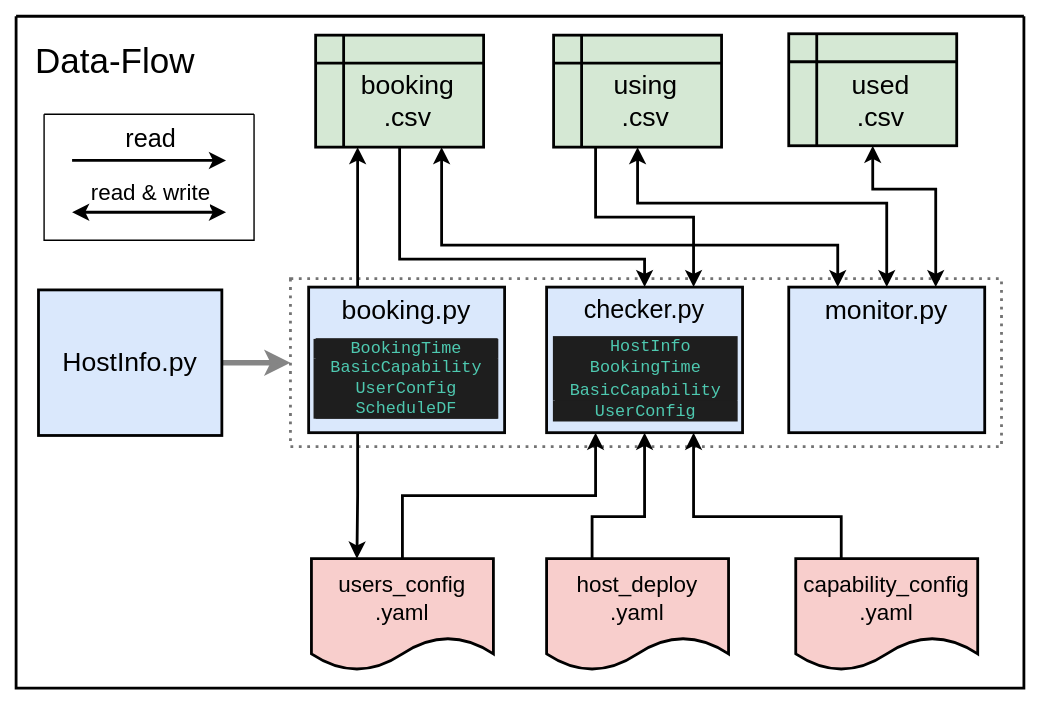
Above: docs/Data-Flow.drawio.svg in tw-yshuang/AIVC-Server-Booking (draw.io), before the change. Source tidied: cells renumbered, new cells last; positions are measured from the earlier drawing's top-left corner, leaving out a move shared by most shapes.
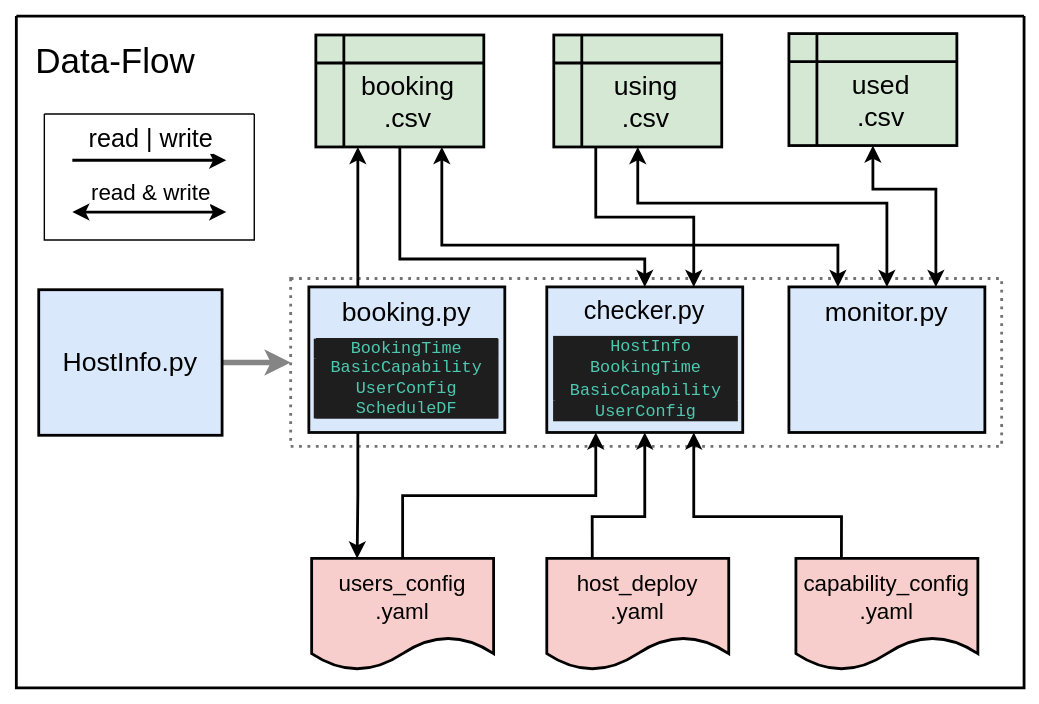
Later version of the same file.

Diff of the diagram source:
```diff
@@ -125,7 +125,7 @@
         </Array>
       </mxGeometry>
     </mxCell>
-    <mxCell id="29" value="read" style="edgeLabel;html=1;align=center;verticalAlign=middle;fontSize=18;fontFamily=Helvetica;fontColor=none;" parent="28" vertex="1">
+    <mxCell id="29" value="read | write" style="edgeLabel;html=1;align=center;verticalAlign=middle;fontSize=18;fontFamily=Helvetica;fontColor=none;" parent="28" vertex="1">
       <mxGeometry x="-0.21" y="5" relative="1" as="geometry">
         <mxPoint x="12" y="-11" as="offset" />
       </mxGeometry>
```
